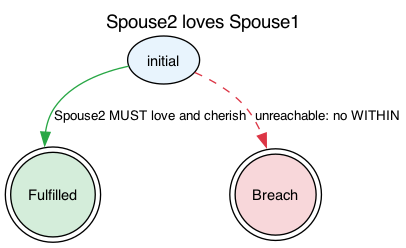
This is jl4/examples/state-graphs/Spouse2lovesSpouse1.png from legalese/l4-ide, a Graphviz export, as it was before one commit. Its source is kept beside it as jl4/examples/state-graphs/Spouse2lovesSpouse1.dot. Its diagram source:
```dot
digraph {
    graph [rankdir=TB
          ,label="Spouse2 loves Spouse1"
          ,labelloc=t
          ,fontname=Helvetica
          ,fontsize=14];
    node [fontname=Helvetica
         ,fontsize=11];
    edge [fontname=Helvetica
         ,fontsize=10];
    0 [label=initial
      ,fillcolor=white
      ,style=filled
      ,shape=ellipse
      ,fillcolor="#e8f4fd"];
    1 [label=Fulfilled
      ,fillcolor=white
      ,style=filled
      ,shape=doublecircle
      ,fillcolor="#d4edda"];
    2 [label=Breach
      ,fillcolor=white
      ,style=filled
      ,shape=doublecircle
      ,fillcolor="#f8d7da"];
    0 -> 1 [label="Spouse2 MUST love and cherish"
           ,color="#28a745"
           ,style=solid];
    0 -> 2 [label="unreachable: no WITHIN"
           ,color="#dc3545"
           ,style=dashed];
}
```
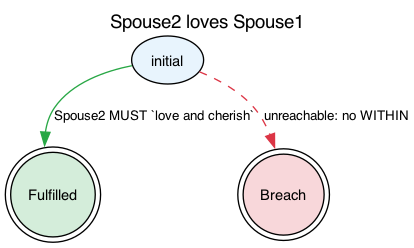
The same diagram one commit later.

Diff of the diagram source:
```diff
@@ -23,7 +23,7 @@
       ,style=filled
       ,shape=doublecircle
       ,fillcolor="#f8d7da"];
-    0 -> 1 [label="Spouse2 MUST love and cherish"
+    0 -> 1 [label="Spouse2 MUST `love and cherish`"
            ,color="#28a745"
            ,style=solid];
     0 -> 2 [label="unreachable: no WITHIN"
```
